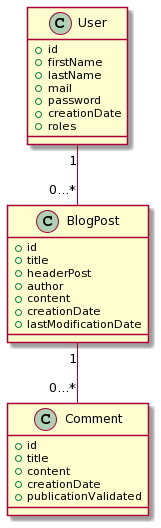
Above: UML/diagramme_classe.png in Maxime22/portfolio-php (PlantUML), before the change.
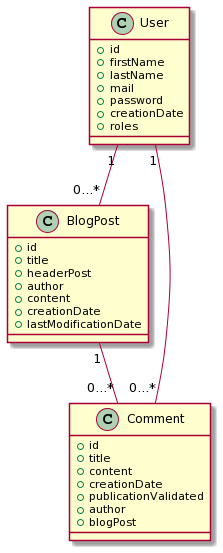
After the change.

Change to the diagram source:
```diff
@@ -23,7 +23,10 @@
  +content
  +creationDate
  +publicationValidated
+ +author
+ +blogPost
 }
 BlogPost "1" -- "0...*" Comment
 User "1" -- "0...*" BlogPost
+User "1" -- "0...*" Comment
 @enduml
```
